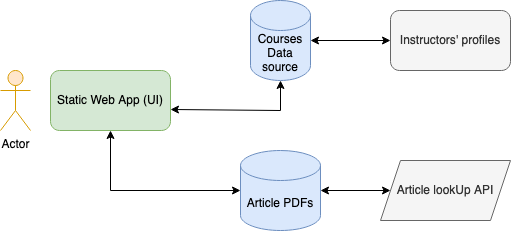
Above: Step1/Step1_Architecture.png in jeffryvenegas/AI-Enriched-Corporate-Training-Catalog (draw.io), before the change. Source tidied: cells renumbered, new cells last; positions are measured from the earlier drawing's top-left corner, leaving out a move shared by most shapes.
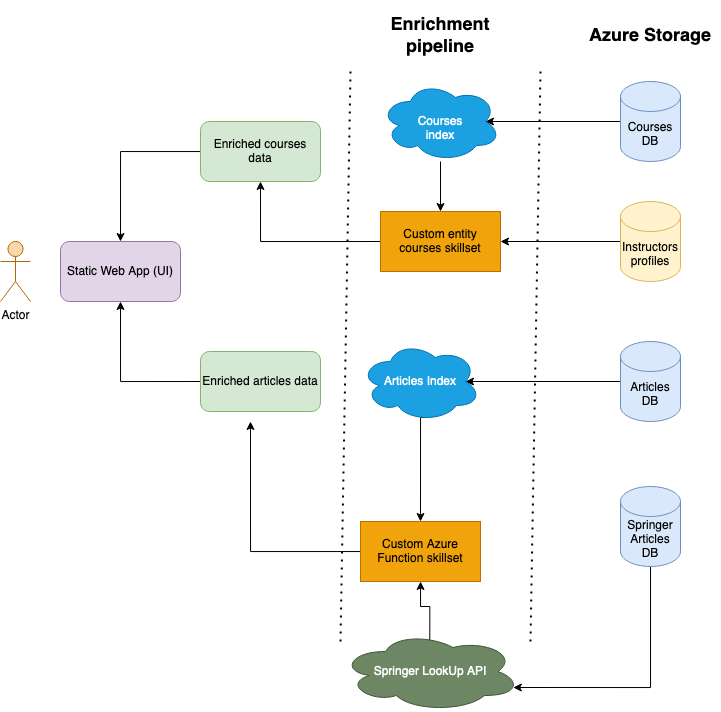
After the change.

Commit message:
Update architecture diagram

The edit, as a diff of the source:
```diff
@@ -2,43 +2,105 @@
   <root>
     <mxCell id="0" />
     <mxCell id="1" parent="0" />
+    <mxCell id="3" value="Actor" style="shape=umlActor;verticalLabelPosition=bottom;verticalAlign=top;html=1;fillColor=#fad7ac;strokeColor=#b46504;" parent="1" vertex="1">
+      <mxGeometry x="-20" y="130" width="30" height="60" as="geometry" />
+    </mxCell>
+    <mxCell id="12" style="edgeStyle=orthogonalEdgeStyle;rounded=0;jettySize=auto;html=1;entryX=0.5;entryY=0;entryDx=0;entryDy=0;" parent="1" edge="1" source="13" target="2">
+      <mxGeometry relative="1" as="geometry" />
+    </mxCell>
+    <mxCell id="13" value="Enriched courses data" style="rounded=1;whiteSpace=wrap;html=1;fillColor=#d5e8d4;strokeColor=#82b366;" parent="1" vertex="1">
+      <mxGeometry x="180" y="10" width="120" height="60" as="geometry" />
+    </mxCell>
+    <mxCell id="14" style="edgeStyle=orthogonalEdgeStyle;rounded=0;jettySize=auto;html=1;exitX=0;exitY=0.5;exitDx=0;exitDy=0;entryX=0.5;entryY=1;entryDx=0;entryDy=0;" parent="1" edge="1" source="15" target="2">
+      <mxGeometry relative="1" as="geometry" />
+    </mxCell>
+    <mxCell id="15" value="&lt;div&gt;Enriched articles data&lt;/div&gt;" style="rounded=1;whiteSpace=wrap;html=1;fillColor=#d5e8d4;strokeColor=#82b366;" parent="1" vertex="1">
+      <mxGeometry x="180" y="240" width="120" height="60" as="geometry" />
+    </mxCell>
+    <mxCell id="16" style="edgeStyle=orthogonalEdgeStyle;rounded=0;jettySize=auto;html=1;entryX=0.875;entryY=0.5;entryDx=0;entryDy=0;entryPerimeter=0;" parent="1" edge="1" source="17" target="31">
+      <mxGeometry relative="1" as="geometry" />
+    </mxCell>
+    <mxCell id="17" value="Articles DB" style="shape=cylinder3;whiteSpace=wrap;html=1;boundedLbl=1;backgroundOutline=1;size=15;fillColor=#dae8fc;strokeColor=#6c8ebf;" parent="1" vertex="1">
+      <mxGeometry x="600" y="230" width="60" height="80" as="geometry" />
+    </mxCell>
+    <mxCell id="18" style="edgeStyle=orthogonalEdgeStyle;rounded=0;jettySize=auto;html=1;entryX=0.875;entryY=0.5;entryDx=0;entryDy=0;entryPerimeter=0;" parent="1" edge="1" source="19" target="29">
+      <mxGeometry relative="1" as="geometry" />
+    </mxCell>
+    <mxCell id="19" value="Courses DB" style="shape=cylinder3;whiteSpace=wrap;html=1;boundedLbl=1;backgroundOutline=1;size=15;fillColor=#dae8fc;strokeColor=#6c8ebf;" parent="1" vertex="1">
+      <mxGeometry x="600" y="-30" width="60" height="80" as="geometry" />
+    </mxCell>
+    <mxCell id="20" style="edgeStyle=orthogonalEdgeStyle;rounded=0;jettySize=auto;html=1;exitX=0.496;exitY=0.12;exitDx=0;exitDy=0;exitPerimeter=0;" parent="1" edge="1" source="21" target="25">
+      <mxGeometry relative="1" as="geometry" />
+    </mxCell>
+    <mxCell id="21" value="&lt;div&gt;Springer LookUp API&lt;/div&gt;" style="ellipse;shape=cloud;whiteSpace=wrap;html=1;fillColor=#6d8764;fontColor=#ffffff;strokeColor=#3A5431;" parent="1" vertex="1">
+      <mxGeometry x="320" y="520" width="180" height="80" as="geometry" />
+    </mxCell>
+    <mxCell id="22" style="edgeStyle=orthogonalEdgeStyle;rounded=0;jettySize=auto;html=1;exitX=0;exitY=0.5;exitDx=0;exitDy=0;entryX=0.5;entryY=1;entryDx=0;entryDy=0;" parent="1" edge="1" source="23" target="13">
+      <mxGeometry relative="1" as="geometry" />
+    </mxCell>
+    <mxCell id="23" value="Custom entity courses skillset" style="rounded=0;whiteSpace=wrap;html=1;fillColor=#f0a30a;fontColor=#000000;strokeColor=#BD7000;" parent="1" vertex="1">
+      <mxGeometry x="360" y="100" width="120" height="60" as="geometry" />
+    </mxCell>
+    <mxCell id="24" style="edgeStyle=orthogonalEdgeStyle;rounded=0;jettySize=auto;html=1;" parent="1" edge="1" source="25">
+      <mxGeometry relative="1" as="geometry">
+        <mxPoint x="230" y="310" as="targetPoint" />
+      </mxGeometry>
+    </mxCell>
+    <mxCell id="25" value="Custom Azure Function skillset" style="rounded=0;whiteSpace=wrap;html=1;fillColor=#f0a30a;fontColor=#000000;strokeColor=#BD7000;" parent="1" vertex="1">
+      <mxGeometry x="340" y="410" width="120" height="60" as="geometry" />
+    </mxCell>
+    <mxCell id="26" style="edgeStyle=orthogonalEdgeStyle;rounded=0;jettySize=auto;html=1;entryX=0.96;entryY=0.7;entryDx=0;entryDy=0;entryPerimeter=0;" parent="1" edge="1" source="27" target="21">
+      <mxGeometry relative="1" as="geometry">
+        <Array as="points">
+          <mxPoint x="630" y="576" />
+        </Array>
+      </mxGeometry>
+    </mxCell>
+    <mxCell id="27" value="Springer Articles DB" style="shape=cylinder3;whiteSpace=wrap;html=1;boundedLbl=1;backgroundOutline=1;size=15;fillColor=#dae8fc;strokeColor=#6c8ebf;" parent="1" vertex="1">
+      <mxGeometry x="600" y="375" width="60" height="80" as="geometry" />
+    </mxCell>
+    <mxCell id="28" style="edgeStyle=orthogonalEdgeStyle;rounded=0;jettySize=auto;html=1;" parent="1" edge="1" source="29" target="23">
+      <mxGeometry relative="1" as="geometry" />
+    </mxCell>
+    <mxCell id="29" value="&lt;br&gt;&lt;div&gt;Courses &lt;br&gt;&lt;/div&gt;&lt;div&gt;index&lt;/div&gt;" style="ellipse;shape=cloud;whiteSpace=wrap;html=1;fillColor=#1ba1e2;fontColor=#ffffff;strokeColor=#006EAF;" parent="1" vertex="1">
+      <mxGeometry x="360" y="-30" width="120" height="80" as="geometry" />
+    </mxCell>
+    <mxCell id="30" style="edgeStyle=orthogonalEdgeStyle;rounded=0;jettySize=auto;html=1;exitX=0.55;exitY=0.95;exitDx=0;exitDy=0;exitPerimeter=0;entryX=0.5;entryY=0;entryDx=0;entryDy=0;" parent="1" edge="1" source="31" target="25">
+      <mxGeometry relative="1" as="geometry">
+        <Array as="points">
+          <mxPoint x="400" y="306" />
+        </Array>
+      </mxGeometry>
+    </mxCell>
+    <mxCell id="31" value="Articles Index" style="ellipse;shape=cloud;whiteSpace=wrap;html=1;fillColor=#1ba1e2;fontColor=#ffffff;strokeColor=#006EAF;" parent="1" vertex="1">
+      <mxGeometry x="340" y="230" width="120" height="80" as="geometry" />
+    </mxCell>
+    <mxCell id="32" style="edgeStyle=orthogonalEdgeStyle;rounded=0;jettySize=auto;html=1;" parent="1" edge="1" source="33" target="23">
+      <mxGeometry relative="1" as="geometry" />
+    </mxCell>
+    <mxCell id="33" value="Instructors profiles" style="shape=cylinder3;whiteSpace=wrap;html=1;boundedLbl=1;backgroundOutline=1;size=15;fillColor=#fff2cc;strokeColor=#d6b656;" parent="1" vertex="1">
+      <mxGeometry x="600" y="90" width="60" height="80" as="geometry" />
+    </mxCell>
+    <mxCell id="34" style="endArrow=none;dashed=1;html=1;dashPattern=1 3;strokeWidth=2;rounded=0;" parent="1" edge="1">
+      <mxGeometry relative="1" as="geometry">
+        <mxPoint x="320" y="530" as="sourcePoint" />
+        <mxPoint x="330" y="-40" as="targetPoint" />
+      </mxGeometry>
+    </mxCell>
+    <mxCell id="35" style="endArrow=none;dashed=1;html=1;dashPattern=1 3;strokeWidth=2;rounded=0;" parent="1" edge="1">
+      <mxGeometry relative="1" as="geometry">
+        <mxPoint x="510" y="530" as="sourcePoint" />
+        <mxPoint x="520" y="-40" as="targetPoint" />
+      </mxGeometry>
+    </mxCell>
+    <mxCell id="36" value="&lt;h2 align=&quot;center&quot;&gt;&lt;b&gt;Enrichment pipeline&lt;/b&gt;&lt;/h2&gt;" style="text;html=1;strokeColor=none;fillColor=none;align=center;verticalAlign=middle;whiteSpace=wrap;rounded=0;" parent="1" vertex="1">
+      <mxGeometry x="390" y="-90" width="60" height="30" as="geometry" />
+    </mxCell>
+    <mxCell id="37" value="&lt;h2&gt;Azure Storage&lt;/h2&gt;" style="text;html=1;strokeColor=none;fillColor=none;align=center;verticalAlign=middle;whiteSpace=wrap;rounded=0;" parent="1" vertex="1">
+      <mxGeometry x="560" y="-90" width="140" height="30" as="geometry" />
+    </mxCell>
-    <mxCell id="2" value="Static Web App (UI)" style="rounded=1;whiteSpace=wrap;html=1;fillColor=#d5e8d4;strokeColor=#82b366;" parent="1" vertex="1">
-      <mxGeometry x="50" y="70" width="120" height="60" as="geometry" />
+    <mxCell id="2" value="Static Web App (UI)" style="rounded=1;whiteSpace=wrap;html=1;fillColor=#e1d5e7;strokeColor=#9673a6;" parent="1" vertex="1">
+      <mxGeometry x="40" y="130" width="120" height="60" as="geometry" />
     </mxCell>
-    <mxCell id="3" value="Actor" style="shape=umlActor;verticalLabelPosition=bottom;verticalAlign=top;html=1;fillColor=#ffe6cc;strokeColor=#d79b00;" parent="1" vertex="1">
-      <mxGeometry y="70" width="30" height="60" as="geometry" />
-    </mxCell>
-    <mxCell id="4" style="edgeStyle=orthogonalEdgeStyle;rounded=0;jettySize=auto;html=1;startArrow=classic;startFill=1;" parent="1" edge="1" source="5" target="6">
-      <mxGeometry relative="1" as="geometry" />
-    </mxCell>
-    <mxCell id="5" value="Instructors' profiles" style="rounded=1;whiteSpace=wrap;html=1;fillColor=#f5f5f5;fontColor=#333333;strokeColor=#666666;" parent="1" vertex="1">
-      <mxGeometry x="390" y="10" width="120" height="60" as="geometry" />
-    </mxCell>
-    <mxCell id="6" value="Courses Data source" style="shape=cylinder3;whiteSpace=wrap;html=1;boundedLbl=1;backgroundOutline=1;size=15;fillColor=#dae8fc;strokeColor=#6c8ebf;" parent="1" vertex="1">
-      <mxGeometry x="250" width="60" height="80" as="geometry" />
-    </mxCell>
-    <mxCell id="7" value="Article PDFs" style="shape=cylinder3;whiteSpace=wrap;html=1;boundedLbl=1;backgroundOutline=1;size=15;fillColor=#dae8fc;strokeColor=#6c8ebf;" parent="1" vertex="1">
-      <mxGeometry x="240" y="150" width="80" height="80" as="geometry" />
-    </mxCell>
-    <mxCell id="8" style="edgeStyle=orthogonalEdgeStyle;rounded=0;jettySize=auto;html=1;startArrow=classic;startFill=1;endArrow=classic;endFill=1;" parent="1" edge="1" source="9" target="7">
-      <mxGeometry relative="1" as="geometry" />
-    </mxCell>
-    <mxCell id="9" value="Article lookUp API" style="shape=parallelogram;perimeter=parallelogramPerimeter;whiteSpace=wrap;html=1;fixedSize=1;fillColor=#f5f5f5;fontColor=#333333;strokeColor=#666666;" parent="1" vertex="1">
-      <mxGeometry x="380" y="160" width="130" height="60" as="geometry" />
-    </mxCell>
-    <mxCell id="10" style="endArrow=classic;startArrow=classic;html=1;rounded=0;entryX=0.5;entryY=1;entryDx=0;entryDy=0;exitX=1;exitY=0.65;exitDx=0;exitDy=0;exitPerimeter=0;entryPerimeter=0;" parent="1" edge="1" source="2" target="6">
-      <mxGeometry relative="1" as="geometry">
-        <Array as="points">
-          <mxPoint x="280" y="110" />
-        </Array>
-      </mxGeometry>
-    </mxCell>
-    <mxCell id="11" style="endArrow=classic;startArrow=classic;html=1;rounded=0;entryX=0.5;entryY=1;entryDx=0;entryDy=0;exitX=0;exitY=0.5;exitDx=0;exitDy=0;exitPerimeter=0;" parent="1" edge="1" source="7" target="2">
-      <mxGeometry relative="1" as="geometry">
-        <Array as="points">
-          <mxPoint x="110" y="190" />
-        </Array>
-      </mxGeometry>
-    </mxCell>
   </root>
 </mxGraphModel>
```
